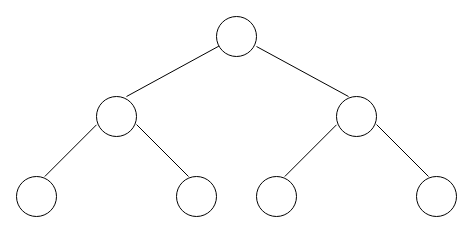
Earlier version of the draw.io diagram 未命名绘图.drawio (GEDYBOY/gedy). Source tidied: cells renumbered, new cells numbered last; positions are measured from the earlier drawing's top-left corner, leaving out a move shared by most shapes. Both pictures are drawn from the tidied source at 100%, with x=0, y=0 at pixel (16, 16).
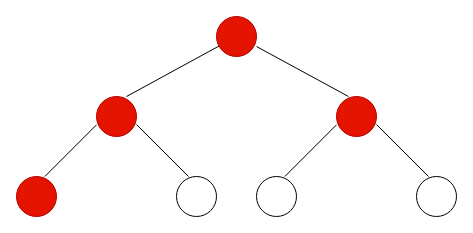
Above is the later version.

Commit message (it also covers changes not shown here):
更新未命名绘图.drawio

Change to the diagram source:
```diff
@@
-    <mxCell id="2" style="ellipse;whiteSpace=wrap;html=1;" parent="1" vertex="1">
+    <mxCell id="2" style="ellipse;whiteSpace=wrap;html=1;fillColor=#e51400;fontColor=#ffffff;strokeColor=#B20000;" parent="1" vertex="1">
       <mxGeometry x="80" y="80" width="40" height="40" as="geometry" />
     </mxCell>
-    <mxCell id="3" style="ellipse;whiteSpace=wrap;html=1;" parent="1" vertex="1">
+    <mxCell id="3" style="ellipse;whiteSpace=wrap;html=1;fillColor=#e51400;fontColor=#ffffff;strokeColor=#B20000;" parent="1" vertex="1">
       <mxGeometry y="160" width="40" height="40" as="geometry" />
     </mxCell>
@@
-    <mxCell id="7" style="ellipse;whiteSpace=wrap;html=1;" parent="1" vertex="1">
+    <mxCell id="7" style="ellipse;whiteSpace=wrap;html=1;fillColor=#e51400;fontColor=#ffffff;strokeColor=#B20000;" parent="1" vertex="1">
       <mxGeometry x="320" y="80" width="40" height="40" as="geometry" />
     </mxCell>
@@
-    <mxCell id="12" style="ellipse;whiteSpace=wrap;html=1;" parent="1" vertex="1">
+    <mxCell id="12" style="ellipse;whiteSpace=wrap;html=1;fillColor=#e51400;fontColor=#ffffff;strokeColor=#B20000;" parent="1" vertex="1">
       <mxGeometry x="200" width="40" height="40" as="geometry" />
     </mxCell>
```
